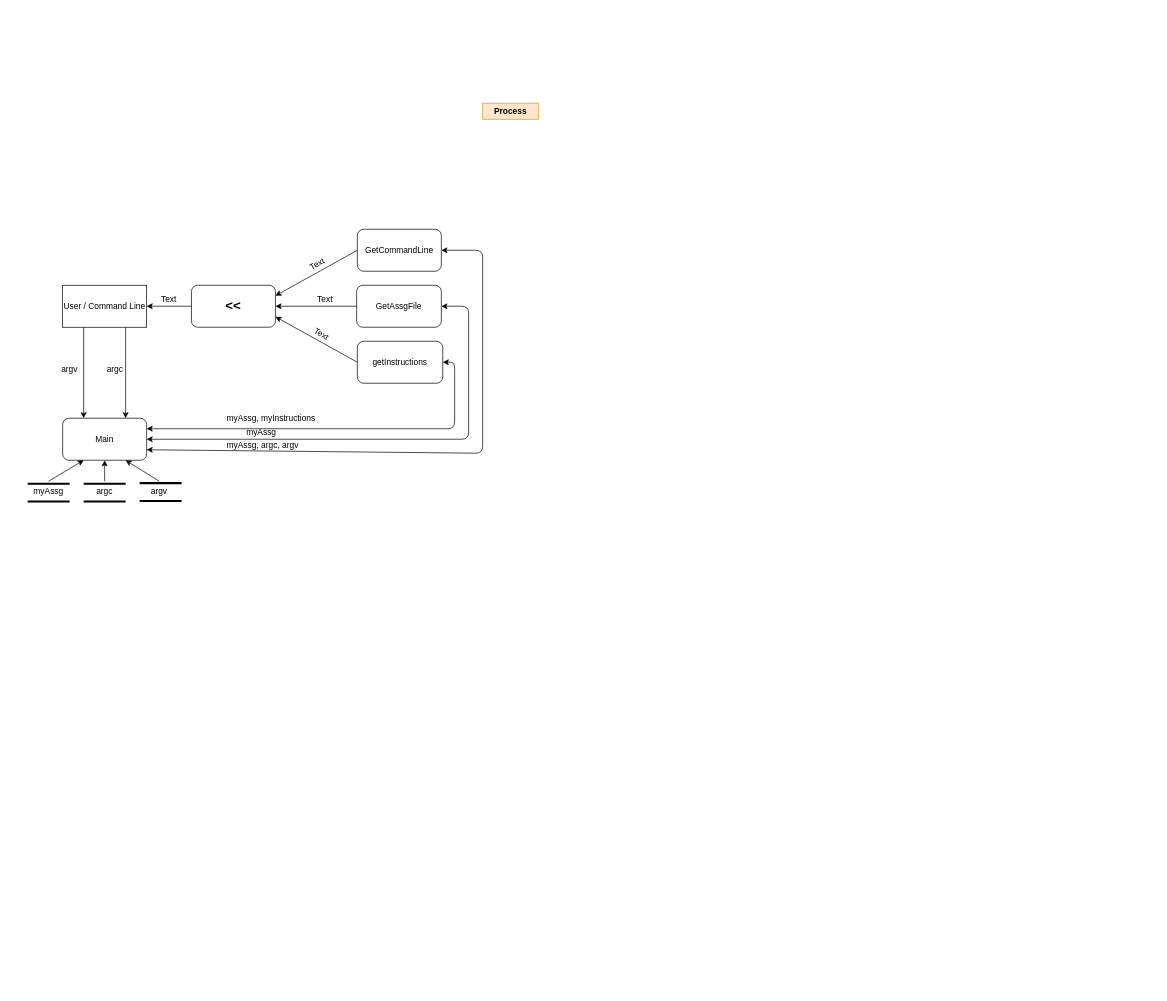
The draw.io diagram Empty Folder/Untitled Diagram.drawio in i-skousen/Week09, before the edit. Source tidied: cells renumbered, new cells numbered last; positions are measured from the earlier drawing's top-left corner, leaving out a move shared by most shapes. Both pictures are drawn from the tidied source at 70%, with x=0, y=0 at pixel (27, 103).
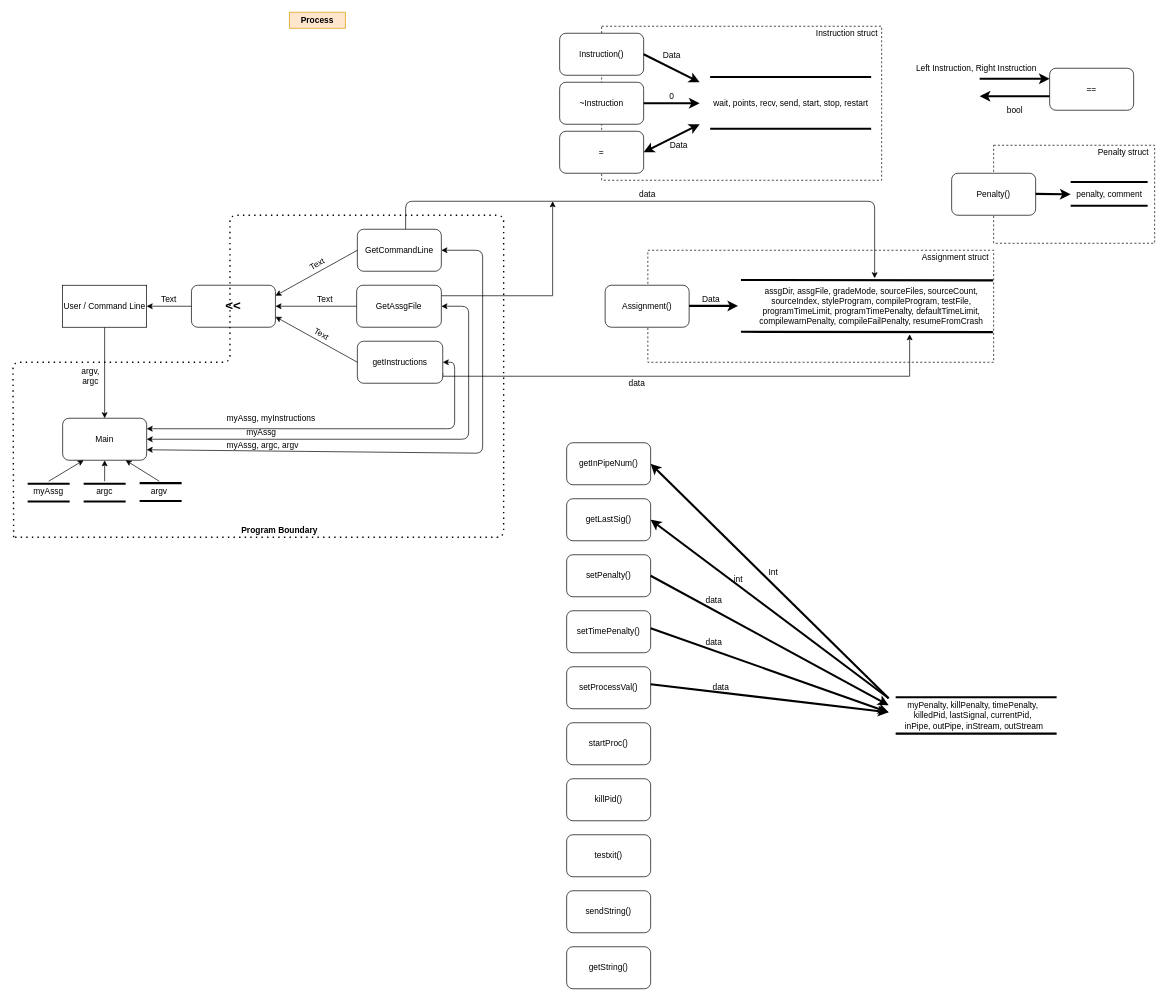
The same diagram, later.

Unchanged cells that the change refers to:
```xml
<mxCell id="2" value="Main" style="rounded=1;whiteSpace=wrap;html=1;" parent="1" vertex="1">
  <mxGeometry x="50" y="450" width="120" height="60" as="geometry" />
</mxCell>
<mxCell id="6" value="getInstructions" style="rounded=1;whiteSpace=wrap;html=1;" parent="1" vertex="1">
  <mxGeometry x="471" y="340" width="122" height="60" as="geometry" />
</mxCell>
<mxCell id="8" value="GetAssgFile" style="rounded=1;whiteSpace=wrap;html=1;" parent="1" vertex="1">
  <mxGeometry x="470" y="260" width="121" height="60" as="geometry" />
</mxCell>
<mxCell id="12" value="User / Command Line" style="rounded=0;whiteSpace=wrap;html=1;" parent="1" vertex="1">
  <mxGeometry x="50" y="260" width="120" height="60" as="geometry" />
</mxCell>
```

What changed in the source:
```diff
@@
+    <mxCell id="39" style="rounded=0;whiteSpace=wrap;html=1;dashed=1;" parent="1" vertex="1">
+      <mxGeometry x="1380" y="60" width="230" height="140" as="geometry" />
+    </mxCell>
+    <mxCell id="40" style="rounded=0;whiteSpace=wrap;html=1;dashed=1;" parent="1" vertex="1">
+      <mxGeometry x="820" y="-110" width="400" height="220" as="geometry" />
+    </mxCell>
+    <mxCell id="41" style="rounded=0;whiteSpace=wrap;html=1;dashed=1;" parent="1" vertex="1">
+      <mxGeometry x="886" y="210" width="494" height="160" as="geometry" />
+    </mxCell>
@@
     <mxCell id="3" value="Process" style="swimlane;fillColor=#ffe6cc;strokeColor=#d79b00;startSize=30;" parent="1" vertex="1" collapsed="1">
-      <mxGeometry x="650" width="80" height="23" as="geometry" />
+      <mxGeometry x="374" y="-130" width="80" height="23" as="geometry" />
     </mxCell>
-    <mxCell id="4" style="endArrow=classic;html=1;entryX=0.75;entryY=0;entryDx=0;entryDy=0;exitX=0.75;exitY=1;exitDx=0;exitDy=0;" parent="1" edge="1" source="12" target="2">
-      <mxGeometry relative="1" as="geometry" />
-    </mxCell>
-    <mxCell id="5" style="endArrow=classic;html=1;entryX=0.25;entryY=0;entryDx=0;entryDy=0;exitX=0.25;exitY=1;exitDx=0;exitDy=0;" parent="1" edge="1" source="12" target="2">
+    <mxCell id="5" style="endArrow=classic;html=1;entryX=0.5;entryY=0;entryDx=0;entryDy=0;exitX=0.5;exitY=1;exitDx=0;exitDy=0;" parent="1" edge="1" source="12" target="2">
       <mxGeometry relative="1" as="geometry" />
     </mxCell>
+    <mxCell id="42" style="edgeStyle=orthogonalEdgeStyle;rounded=0;jettySize=auto;html=1;exitX=1;exitY=0.75;exitDx=0;exitDy=0;" parent="1" edge="1" source="6">
+      <mxGeometry relative="1" as="geometry">
+        <mxPoint x="1260" y="330" as="targetPoint" />
+        <Array as="points">
+          <mxPoint x="593" y="390" />
+          <mxPoint x="1260" y="390" />
+        </Array>
+      </mxGeometry>
+    </mxCell>
@@
+    <mxCell id="43" style="edgeStyle=orthogonalEdgeStyle;rounded=0;jettySize=auto;html=1;exitX=1;exitY=0.25;exitDx=0;exitDy=0;" parent="1" edge="1" source="8">
+      <mxGeometry relative="1" as="geometry">
+        <mxPoint x="750" y="140" as="targetPoint" />
+        <Array as="points">
+          <mxPoint x="750" y="275" />
+        </Array>
+      </mxGeometry>
+    </mxCell>
@@
-    <mxCell id="9" value="argc" style="text;html=1;strokeColor=none;fillColor=none;align=center;verticalAlign=middle;whiteSpace=wrap;rounded=0;rotation=0;" parent="1" vertex="1">
-      <mxGeometry x="100" y="370" width="50" height="20" as="geometry" />
-    </mxCell>
-    <mxCell id="10" value="argv" style="text;html=1;strokeColor=none;fillColor=none;align=center;verticalAlign=middle;whiteSpace=wrap;rounded=0;rotation=0;" parent="1" vertex="1">
-      <mxGeometry x="40" y="370" width="40" height="20" as="geometry" />
+    <mxCell id="10" value="argv, argc" style="text;html=1;strokeColor=none;fillColor=none;align=center;verticalAlign=middle;whiteSpace=wrap;rounded=0;rotation=0;" parent="1" vertex="1">
+      <mxGeometry x="70" y="380" width="40" height="20" as="geometry" />
     </mxCell>
@@
+    <mxCell id="44" value="assgDir, assgFile, gradeMode, sourceFiles, sourceCount, &lt;br&gt;sourceIndex, styleProgram, compileProgram, testFile, &lt;br&gt;programTimeLimit, programTimePenalty, defaultTimeLimit, &lt;br&gt;compilewarnPenalty, compileFailPenalty, resumeFromCrash" style="text;html=1;align=center;verticalAlign=middle;fillColor=none;strokeColor=none;rounded=0;" parent="1" vertex="1">
+      <mxGeometry x="1035" y="260" width="340" height="60" as="geometry" />
+    </mxCell>
+    <mxCell id="45" style="shape=link;html=1;width=72;strokeWidth=3;" parent="1" edge="1">
+      <mxGeometry relative="1" as="geometry">
+        <mxPoint x="1379" y="290" as="sourcePoint" />
+        <mxPoint x="1019" y="289.5" as="targetPoint" />
+      </mxGeometry>
+    </mxCell>
+    <mxCell id="46" value="Assignment()" style="rounded=1;whiteSpace=wrap;html=1;" parent="1" vertex="1">
+      <mxGeometry x="825" y="260" width="120" height="60" as="geometry" />
+    </mxCell>
+    <mxCell id="47" style="endArrow=classic;html=1;strokeWidth=3;" parent="1" edge="1">
+      <mxGeometry relative="1" as="geometry">
+        <mxPoint x="945" y="289.5" as="sourcePoint" />
+        <mxPoint x="1015" y="289.5" as="targetPoint" />
+      </mxGeometry>
+    </mxCell>
+    <mxCell id="48" value="wait, points, recv, send, start, stop, restart" style="text;html=1;align=center;verticalAlign=middle;strokeColor=none;" parent="1" vertex="1">
+      <mxGeometry x="970" y="-10" width="240" height="20" as="geometry" />
+    </mxCell>
+    <mxCell id="49" value="~Instruction" style="rounded=1;whiteSpace=wrap;html=1;" parent="1" vertex="1">
+      <mxGeometry x="760" y="-30" width="120" height="60" as="geometry" />
+    </mxCell>
+    <mxCell id="50" value="Instruction()" style="rounded=1;whiteSpace=wrap;html=1;" parent="1" vertex="1">
+      <mxGeometry x="760" y="-100" width="120" height="60" as="geometry" />
+    </mxCell>
+    <mxCell id="51" value="Data" style="text;html=1;align=center;verticalAlign=middle;fillColor=none;strokeColor=none;rounded=0;" parent="1" vertex="1">
+      <mxGeometry x="956" y="270" width="40" height="20" as="geometry" />
+    </mxCell>
+    <mxCell id="52" value="=" style="rounded=1;whiteSpace=wrap;html=1;" parent="1" vertex="1">
+      <mxGeometry x="760" y="40" width="120" height="60" as="geometry" />
+    </mxCell>
+    <mxCell id="53" style="shape=link;html=1;width=72;strokeWidth=3;" parent="1" edge="1">
+      <mxGeometry relative="1" as="geometry">
+        <mxPoint x="1205" y="-0.5" as="sourcePoint" />
+        <mxPoint x="975" y="-0.5" as="targetPoint" />
+      </mxGeometry>
+    </mxCell>
+    <mxCell id="54" style="endArrow=classic;html=1;strokeWidth=3;" parent="1" edge="1">
+      <mxGeometry relative="1" as="geometry">
+        <mxPoint x="880" y="-70" as="sourcePoint" />
+        <mxPoint x="960" y="-30" as="targetPoint" />
+      </mxGeometry>
+    </mxCell>
+    <mxCell id="55" value="Data" style="text;html=1;align=center;verticalAlign=middle;fillColor=none;strokeColor=none;rounded=0;" parent="1" vertex="1">
+      <mxGeometry x="900" y="-78.5" width="40" height="20" as="geometry" />
+    </mxCell>
+    <mxCell id="56" style="endArrow=classic;html=1;strokeWidth=3;exitX=1;exitY=0.5;exitDx=0;exitDy=0;" parent="1" edge="1" source="49">
+      <mxGeometry relative="1" as="geometry">
+        <mxPoint x="960" as="targetPoint" />
+      </mxGeometry>
+    </mxCell>
+    <mxCell id="57" value="0" style="text;html=1;align=center;verticalAlign=middle;fillColor=none;strokeColor=none;rounded=0;" parent="1" vertex="1">
+      <mxGeometry x="910" y="-20" width="20" height="20" as="geometry" />
+    </mxCell>
+    <mxCell id="58" style="endArrow=classic;startArrow=classic;html=1;strokeWidth=3;exitX=1;exitY=0.5;exitDx=0;exitDy=0;" parent="1" edge="1" source="52">
+      <mxGeometry relative="1" as="geometry">
+        <mxPoint x="960" y="30" as="targetPoint" />
+      </mxGeometry>
+    </mxCell>
+    <mxCell id="59" value="Data" style="text;html=1;align=center;verticalAlign=middle;fillColor=none;strokeColor=none;rounded=0;" parent="1" vertex="1">
+      <mxGeometry x="910" y="50" width="40" height="20" as="geometry" />
+    </mxCell>
+    <mxCell id="60" value="Instruction struct" style="text;html=1;align=center;verticalAlign=middle;fillColor=none;strokeColor=none;rounded=0;" parent="1" vertex="1">
+      <mxGeometry x="1120" y="-110" width="100" height="20" as="geometry" />
+    </mxCell>
+    <mxCell id="61" value="Assignment struct" style="text;html=1;align=center;verticalAlign=middle;fillColor=none;strokeColor=none;rounded=0;" parent="1" vertex="1">
+      <mxGeometry x="1270" y="210" width="110" height="20" as="geometry" />
+    </mxCell>
+    <mxCell id="62" value="==" style="rounded=1;whiteSpace=wrap;html=1;" parent="1" vertex="1">
+      <mxGeometry x="1460" y="-50" width="120" height="60" as="geometry" />
+    </mxCell>
+    <mxCell id="63" style="endArrow=classic;html=1;strokeWidth=3;entryX=0;entryY=0.25;entryDx=0;entryDy=0;" parent="1" edge="1" target="62">
+      <mxGeometry relative="1" as="geometry">
+        <mxPoint x="1360" y="-35" as="sourcePoint" />
+      </mxGeometry>
+    </mxCell>
+    <mxCell id="64" style="endArrow=classic;html=1;strokeWidth=3;" parent="1" edge="1">
+      <mxGeometry relative="1" as="geometry">
+        <mxPoint x="1460" y="-10" as="sourcePoint" />
+        <mxPoint x="1360" y="-10" as="targetPoint" />
+      </mxGeometry>
+    </mxCell>
+    <mxCell id="65" value="Left Instruction, Right Instruction" style="text;html=1;align=center;verticalAlign=middle;fillColor=none;strokeColor=none;rounded=0;" parent="1" vertex="1">
+      <mxGeometry x="1260" y="-60" width="190" height="20" as="geometry" />
+    </mxCell>
+    <mxCell id="66" value="bool" style="text;html=1;align=center;verticalAlign=middle;fillColor=none;strokeColor=none;rounded=0;" parent="1" vertex="1">
+      <mxGeometry x="1390" width="40" height="20" as="geometry" />
+    </mxCell>
+    <mxCell id="67" value="Penalty()" style="rounded=1;whiteSpace=wrap;html=1;" parent="1" vertex="1">
+      <mxGeometry x="1320" y="100" width="120" height="60" as="geometry" />
+    </mxCell>
+    <mxCell id="68" style="endArrow=classic;html=1;strokeWidth=3;" parent="1" edge="1">
+      <mxGeometry relative="1" as="geometry">
+        <mxPoint x="1440" y="129.5" as="sourcePoint" />
+        <mxPoint x="1490" y="130" as="targetPoint" />
+      </mxGeometry>
+    </mxCell>
+    <mxCell id="69" style="shape=link;html=1;width=32;strokeWidth=3;" parent="1" edge="1">
+      <mxGeometry relative="1" as="geometry">
+        <mxPoint x="1600" y="129.5" as="sourcePoint" />
+        <mxPoint x="1490" y="129.5" as="targetPoint" />
+      </mxGeometry>
+    </mxCell>
+    <mxCell id="70" value="penalty, comment" style="text;html=1;align=center;verticalAlign=middle;fillColor=none;strokeColor=none;rounded=0;" parent="1" vertex="1">
+      <mxGeometry x="1490" y="120" width="110" height="20" as="geometry" />
+    </mxCell>
+    <mxCell id="71" value="Penalty struct" style="text;html=1;align=center;verticalAlign=middle;fillColor=none;strokeColor=none;rounded=0;" parent="1" vertex="1">
+      <mxGeometry x="1520" y="60" width="90" height="20" as="geometry" />
+    </mxCell>
+    <mxCell id="72" style="shape=link;html=1;width=50;strokeWidth=3;" parent="1" edge="1">
+      <mxGeometry relative="1" as="geometry">
+        <mxPoint x="1470" y="874.5" as="sourcePoint" />
+        <mxPoint x="1240" y="874.5" as="targetPoint" />
+      </mxGeometry>
+    </mxCell>
+    <mxCell id="73" style="endArrow=none;dashed=1;html=1;dashPattern=1 3;strokeWidth=2;" parent="1" edge="1">
+      <mxGeometry relative="1" as="geometry">
+        <mxPoint x="-20" y="620" as="sourcePoint" />
+        <mxPoint x="-21" y="620" as="targetPoint" />
+        <Array as="points">
+          <mxPoint x="-21" y="370" />
+          <mxPoint x="289" y="370" />
+          <mxPoint x="289" y="160" />
+          <mxPoint x="680" y="160" />
+          <mxPoint x="680" y="620" />
+        </Array>
+      </mxGeometry>
+    </mxCell>
+    <mxCell id="74" value="myPenalty, killPenalty, timePenalty, &lt;br&gt;killedPid, lastSignal, currentPid,&lt;br&gt;&amp;nbsp;inPipe, outPipe, inStream, outStream" style="text;html=1;align=center;verticalAlign=middle;fillColor=none;strokeColor=none;rounded=0;" parent="1" vertex="1">
+      <mxGeometry x="1240" y="850" width="220" height="50" as="geometry" />
+    </mxCell>
+    <mxCell id="75" value="&lt;b&gt;Program Boundary&lt;/b&gt;" style="text;html=1;strokeColor=none;fillColor=none;align=center;verticalAlign=middle;whiteSpace=wrap;rounded=0;" parent="1" vertex="1">
+      <mxGeometry x="260" y="600" width="200" height="20" as="geometry" />
+    </mxCell>
+    <mxCell id="76" value="getLastSig()" style="rounded=1;whiteSpace=wrap;html=1;" parent="1" vertex="1">
+      <mxGeometry x="770" y="565" width="120" height="60" as="geometry" />
+    </mxCell>
+    <mxCell id="77" value="setPenalty()" style="rounded=1;whiteSpace=wrap;html=1;" parent="1" vertex="1">
+      <mxGeometry x="770" y="645" width="120" height="60" as="geometry" />
+    </mxCell>
+    <mxCell id="78" value="setTimePenalty()" style="rounded=1;whiteSpace=wrap;html=1;" parent="1" vertex="1">
+      <mxGeometry x="770" y="725" width="120" height="60" as="geometry" />
+    </mxCell>
+    <mxCell id="79" value="startProc()" style="rounded=1;whiteSpace=wrap;html=1;" parent="1" vertex="1">
+      <mxGeometry x="770" y="885" width="120" height="60" as="geometry" />
+    </mxCell>
+    <mxCell id="80" value="setProcessVal()" style="rounded=1;whiteSpace=wrap;html=1;" parent="1" vertex="1">
+      <mxGeometry x="770" y="805" width="120" height="60" as="geometry" />
+    </mxCell>
+    <mxCell id="81" value="killPid()" style="rounded=1;whiteSpace=wrap;html=1;" parent="1" vertex="1">
+      <mxGeometry x="770" y="965" width="120" height="60" as="geometry" />
+    </mxCell>
+    <mxCell id="82" value="testxit()" style="rounded=1;whiteSpace=wrap;html=1;" parent="1" vertex="1">
+      <mxGeometry x="770" y="1045" width="120" height="60" as="geometry" />
+    </mxCell>
+    <mxCell id="83" value="getInPipeNum()" style="rounded=1;whiteSpace=wrap;html=1;" parent="1" vertex="1">
+      <mxGeometry x="770" y="485" width="120" height="60" as="geometry" />
+    </mxCell>
+    <mxCell id="84" value="getString()" style="rounded=1;whiteSpace=wrap;html=1;" parent="1" vertex="1">
+      <mxGeometry x="770" y="1205" width="120" height="60" as="geometry" />
+    </mxCell>
+    <mxCell id="85" value="sendString()" style="rounded=1;whiteSpace=wrap;html=1;" parent="1" vertex="1">
+      <mxGeometry x="770" y="1125" width="120" height="60" as="geometry" />
+    </mxCell>
+    <mxCell id="86" style="endArrow=classic;html=1;strokeWidth=3;entryX=1;entryY=0.5;entryDx=0;entryDy=0;" parent="1" edge="1" target="83">
+      <mxGeometry relative="1" as="geometry">
+        <mxPoint x="1230" y="850" as="sourcePoint" />
+      </mxGeometry>
+    </mxCell>
+    <mxCell id="87" value="Int" style="text;html=1;align=center;verticalAlign=middle;fillColor=none;strokeColor=none;rounded=0;" parent="1" vertex="1">
+      <mxGeometry x="1050" y="660" width="30" height="20" as="geometry" />
+    </mxCell>
+    <mxCell id="88" style="endArrow=classic;html=1;strokeWidth=3;entryX=1;entryY=0.5;entryDx=0;entryDy=0;" parent="1" edge="1" target="76">
+      <mxGeometry relative="1" as="geometry">
+        <mxPoint x="1230" y="850" as="sourcePoint" />
+      </mxGeometry>
+    </mxCell>
+    <mxCell id="89" value="int" style="text;html=1;align=center;verticalAlign=middle;fillColor=none;strokeColor=none;rounded=0;" parent="1" vertex="1">
+      <mxGeometry x="1000" y="670" width="30" height="20" as="geometry" />
+    </mxCell>
+    <mxCell id="90" style="endArrow=classic;html=1;strokeWidth=3;exitX=1;exitY=0.5;exitDx=0;exitDy=0;" parent="1" edge="1" source="77">
+      <mxGeometry relative="1" as="geometry">
+        <mxPoint x="1230" y="860" as="targetPoint" />
+      </mxGeometry>
+    </mxCell>
+    <mxCell id="91" value="data" style="text;html=1;align=center;verticalAlign=middle;fillColor=none;strokeColor=none;rounded=0;" parent="1" vertex="1">
+      <mxGeometry x="960" y="700" width="40" height="20" as="geometry" />
+    </mxCell>
+    <mxCell id="92" style="endArrow=classic;html=1;strokeWidth=3;exitX=1;exitY=0.5;exitDx=0;exitDy=0;" parent="1" edge="1">
+      <mxGeometry relative="1" as="geometry">
+        <mxPoint x="890" y="750" as="sourcePoint" />
+        <mxPoint x="1230" y="870" as="targetPoint" />
+      </mxGeometry>
+    </mxCell>
+    <mxCell id="93" value="data" style="text;html=1;align=center;verticalAlign=middle;fillColor=none;strokeColor=none;rounded=0;" parent="1" vertex="1">
+      <mxGeometry x="960" y="760" width="40" height="20" as="geometry" />
+    </mxCell>
+    <mxCell id="94" style="endArrow=classic;html=1;strokeWidth=3;exitX=1;exitY=0.5;exitDx=0;exitDy=0;" parent="1" edge="1">
+      <mxGeometry relative="1" as="geometry">
+        <mxPoint x="890" y="830" as="sourcePoint" />
+        <mxPoint x="1230" y="870" as="targetPoint" />
+      </mxGeometry>
+    </mxCell>
+    <mxCell id="95" value="data" style="text;html=1;align=center;verticalAlign=middle;fillColor=none;strokeColor=none;rounded=0;" parent="1" vertex="1">
+      <mxGeometry x="970" y="825" width="40" height="20" as="geometry" />
+    </mxCell>
+    <mxCell id="96" style="endArrow=classic;html=1;" parent="1" edge="1">
+      <mxGeometry relative="1" as="geometry">
+        <mxPoint x="540" y="180" as="sourcePoint" />
+        <mxPoint x="1210" y="250" as="targetPoint" />
+        <Array as="points">
+          <mxPoint x="540" y="140" />
+          <mxPoint x="1210" y="140" />
+        </Array>
+      </mxGeometry>
+    </mxCell>
+    <mxCell id="97" value="data" style="text;html=1;align=center;verticalAlign=middle;fillColor=none;strokeColor=none;rounded=0;" parent="1" vertex="1">
+      <mxGeometry x="865" y="120" width="40" height="20" as="geometry" />
+    </mxCell>
+    <mxCell id="98" value="data" style="text;html=1;align=center;verticalAlign=middle;fillColor=none;strokeColor=none;rounded=0;" parent="1" vertex="1">
+      <mxGeometry x="850" y="390" width="40" height="20" as="geometry" />
+    </mxCell>
```
